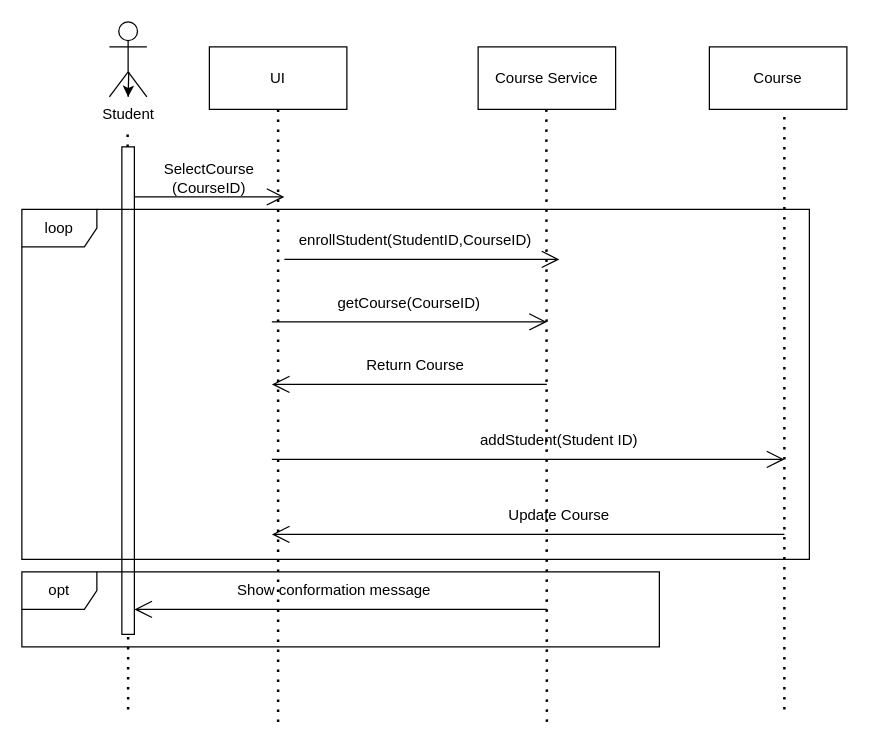
Above: SeqDigram.drawio in John19-u/lab6 (draw.io), before the change. Source tidied: cells renumbered, new cells numbered last; positions are measured from the earlier drawing's top-left corner, leaving out a move shared by most shapes. Both pictures are drawn from the tidied source at 125%, with x=0, y=0 at pixel (21, 21).
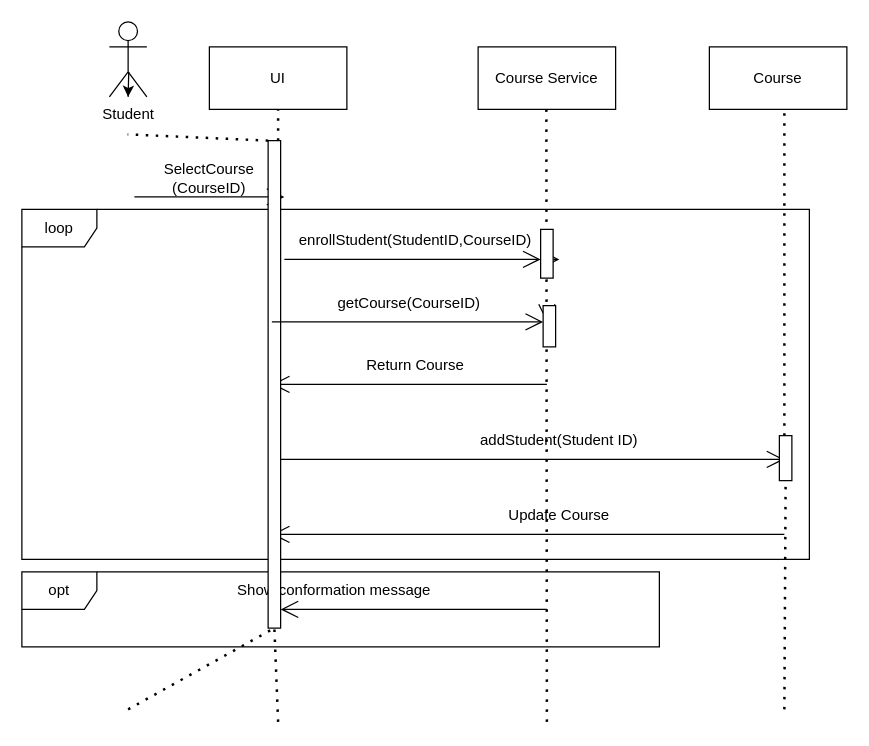
After the change.

The change refers to these unchanged cells:
```xml
<mxCell id="2" value="UI" style="html=1;whiteSpace=wrap;" parent="1" vertex="1">
  <mxGeometry x="150" y="20" width="110" height="50" as="geometry" />
</mxCell>
```

What changed in the source:
```diff
@@
-    <mxCell id="5" style="endArrow=none;dashed=1;html=1;dashPattern=1 3;strokeWidth=2;rounded=0;entryX=0.5;entryY=1;entryDx=0;entryDy=0;" parent="1" edge="1" target="2">
-      <mxGeometry relative="1" as="geometry">
-        <mxPoint x="205" y="560" as="sourcePoint" />
-      </mxGeometry>
+    <mxCell id="5" style="endArrow=none;dashed=1;html=1;dashPattern=1 3;strokeWidth=2;rounded=0;entryX=0.5;entryY=1;entryDx=0;entryDy=0;" parent="1" edge="1" source="12" target="2">
+      <mxGeometry relative="1" as="geometry" />
     </mxCell>
@@
-    <mxCell id="7" style="endArrow=none;dashed=1;html=1;dashPattern=1 3;strokeWidth=2;rounded=0;entryX=0.5;entryY=1;entryDx=0;entryDy=0;" parent="1" edge="1">
+    <mxCell id="7" style="endArrow=none;dashed=1;html=1;dashPattern=1 3;strokeWidth=2;rounded=0;entryX=0.5;entryY=1;entryDx=0;entryDy=0;" parent="1" edge="1" source="35">
       <mxGeometry relative="1" as="geometry">
-        <mxPoint x="610" y="550" as="sourcePoint" />
         <mxPoint x="610" y="70" as="targetPoint" />
       </mxGeometry>
     </mxCell>
@@
-    <mxCell id="12" style="html=1;points=[[0,0,0,0,5],[0,1,0,0,-5],[1,0,0,0,5],[1,1,0,0,-5]];perimeter=orthogonalPerimeter;outlineConnect=0;targetShapes=umlLifeline;portConstraint=eastwest;newEdgeStyle={&quot;curved&quot;:0,&quot;rounded&quot;:0};" parent="1" vertex="1">
-      <mxGeometry x="80" y="100" width="10" height="390" as="geometry" />
-    </mxCell>
@@
-    <mxCell id="14" style="endArrow=open;endFill=1;endSize=12;html=1;rounded=0;" parent="1" edge="1">
+    <mxCell id="14" style="endArrow=open;endFill=1;endSize=12;html=1;rounded=0;" parent="1" edge="1" source="33">
       <mxGeometry relative="1" as="geometry">
-        <mxPoint x="200" y="240" as="sourcePoint" />
         <mxPoint x="420" y="240" as="targetPoint" />
       </mxGeometry>
     </mxCell>
-    <mxCell id="15" style="endArrow=open;endFill=1;endSize=12;html=1;rounded=0;" parent="1" edge="1">
+    <mxCell id="15" style="endArrow=open;endFill=1;endSize=12;html=1;rounded=0;" parent="1" edge="1" source="31">
       <mxGeometry relative="1" as="geometry">
-        <mxPoint x="210" y="190" as="sourcePoint" />
         <mxPoint x="430" y="190" as="targetPoint" />
       </mxGeometry>
     </mxCell>
@@
+    <mxCell id="29" style="endArrow=none;dashed=1;html=1;dashPattern=1 3;strokeWidth=2;rounded=0;entryX=0.5;entryY=1;entryDx=0;entryDy=0;" parent="1" edge="1" target="12">
+      <mxGeometry relative="1" as="geometry">
+        <mxPoint x="205" y="560" as="sourcePoint" />
+      </mxGeometry>
+    </mxCell>
+    <mxCell id="12" style="html=1;points=[[0,0,0,0,5],[0,1,0,0,-5],[1,0,0,0,5],[1,1,0,0,-5]];perimeter=orthogonalPerimeter;outlineConnect=0;targetShapes=umlLifeline;portConstraint=eastwest;newEdgeStyle={&quot;curved&quot;:0,&quot;rounded&quot;:0};" parent="1" vertex="1">
+      <mxGeometry x="197" y="95" width="10" height="390" as="geometry" />
+    </mxCell>
+    <mxCell id="30" style="endArrow=open;endFill=1;endSize=12;html=1;rounded=0;" parent="1" edge="1" target="31">
+      <mxGeometry relative="1" as="geometry">
+        <mxPoint x="210" y="190" as="sourcePoint" />
+      </mxGeometry>
+    </mxCell>
+    <mxCell id="31" style="html=1;points=[[0,0,0,0,5],[0,1,0,0,-5],[1,0,0,0,5],[1,1,0,0,-5]];perimeter=orthogonalPerimeter;outlineConnect=0;targetShapes=umlLifeline;portConstraint=eastwest;newEdgeStyle={&quot;curved&quot;:0,&quot;rounded&quot;:0};" parent="1" vertex="1">
+      <mxGeometry x="415" y="166" width="10" height="39" as="geometry" />
+    </mxCell>
+    <mxCell id="32" style="endArrow=open;endFill=1;endSize=12;html=1;rounded=0;" parent="1" edge="1" target="33">
+      <mxGeometry relative="1" as="geometry">
+        <mxPoint x="200" y="240" as="sourcePoint" />
+      </mxGeometry>
+    </mxCell>
+    <mxCell id="33" style="html=1;points=[[0,0,0,0,5],[0,1,0,0,-5],[1,0,0,0,5],[1,1,0,0,-5]];perimeter=orthogonalPerimeter;outlineConnect=0;targetShapes=umlLifeline;portConstraint=eastwest;newEdgeStyle={&quot;curved&quot;:0,&quot;rounded&quot;:0};" parent="1" vertex="1">
+      <mxGeometry x="417" y="227" width="10" height="33" as="geometry" />
+    </mxCell>
+    <mxCell id="34" style="endArrow=none;dashed=1;html=1;dashPattern=1 3;strokeWidth=2;rounded=0;entryX=0.5;entryY=1;entryDx=0;entryDy=0;" parent="1" edge="1" target="35">
+      <mxGeometry relative="1" as="geometry">
+        <mxPoint x="610" y="550" as="sourcePoint" />
+      </mxGeometry>
+    </mxCell>
+    <mxCell id="35" style="html=1;points=[[0,0,0,0,5],[0,1,0,0,-5],[1,0,0,0,5],[1,1,0,0,-5]];perimeter=orthogonalPerimeter;outlineConnect=0;targetShapes=umlLifeline;portConstraint=eastwest;newEdgeStyle={&quot;curved&quot;:0,&quot;rounded&quot;:0};" parent="1" vertex="1">
+      <mxGeometry x="606" y="331" width="10" height="36" as="geometry" />
+    </mxCell>
```
